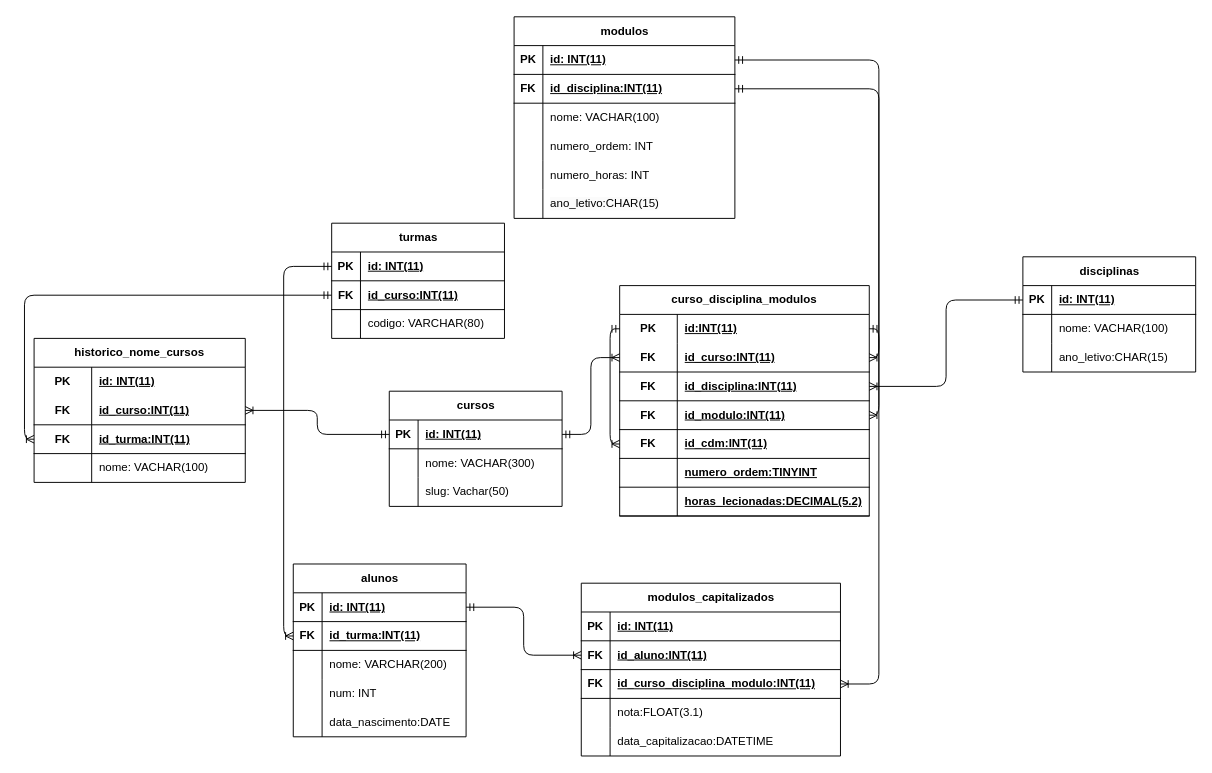
Earlier version of the draw.io diagram Gestor-de-Modulos/gdm_modelo_er.drawio (Henrique-Morais1/Mod15-trabalho_final). Source tidied: cells renumbered, new cells numbered last; positions are measured from the earlier drawing's top-left corner, leaving out a move shared by most shapes. Both pictures are drawn from the tidied source at 96%, with x=0, y=0 at pixel (34, 16).
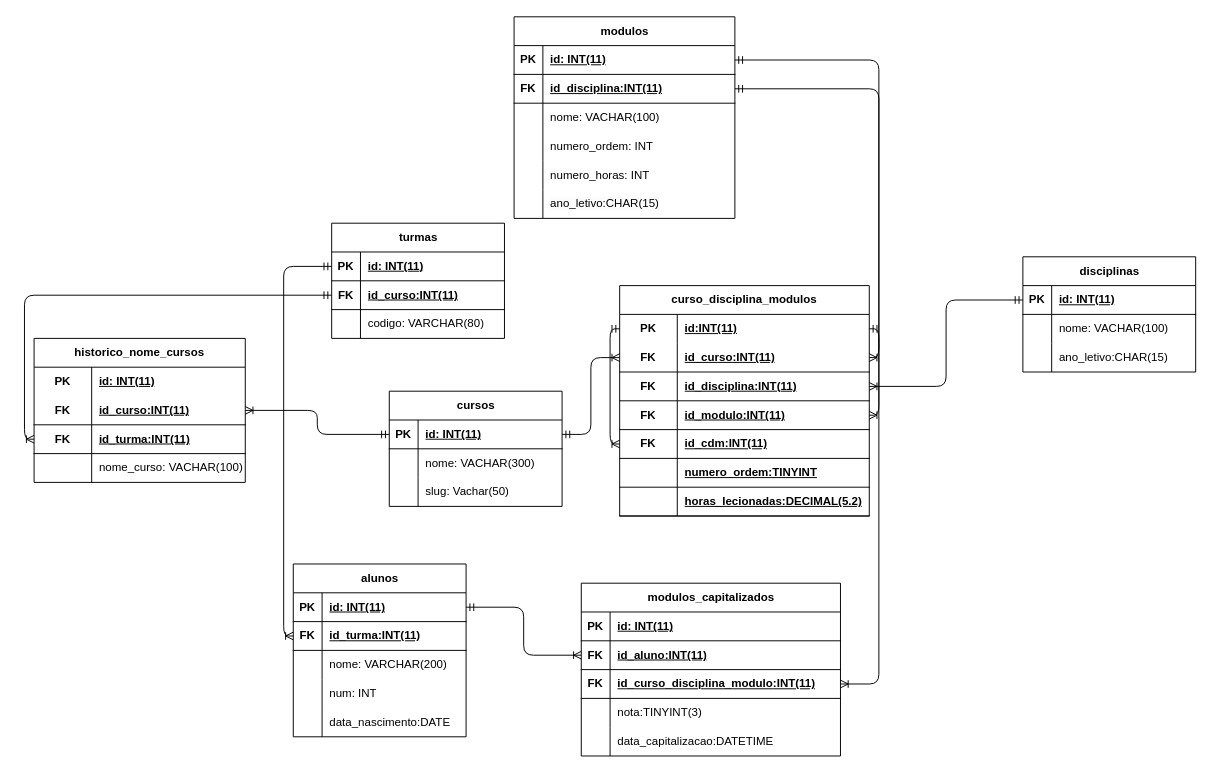
Above is the later version.

Commit message (it also covers changes not shown here):
Alterações no modelo ER.

The change refers to these unchanged cells:
```xml
<mxCell id="77" style="shape=tableRow;horizontal=0;startSize=0;swimlaneHead=0;swimlaneBody=0;fillColor=none;top=0;left=0;right=0;bottom=0;" parent="67" vertex="1">
  <mxGeometry y="120" width="270" height="30" as="geometry" />
</mxCell>
<mxCell id="123" style="shape=tableRow;horizontal=0;startSize=0;swimlaneHead=0;swimlaneBody=0;fillColor=none;top=0;left=0;right=0;bottom=0;html=1;" parent="113" vertex="1">
  <mxGeometry y="120" width="220" height="30" as="geometry" />
</mxCell>
```

The edit, as a diff of the source:
```diff
@@
-    <mxCell id="79" value="nota:FLOAT(3.1)" style="shape=partialRectangle;fillColor=none;top=0;left=0;bottom=0;right=0;align=left;spacingLeft=6;overflow=hidden;whiteSpace=wrap;html=1;" parent="77" vertex="1">
+    <mxCell id="79" value="nota:TINYINT(3)" style="shape=partialRectangle;fillColor=none;top=0;left=0;bottom=0;right=0;align=left;spacingLeft=6;overflow=hidden;whiteSpace=wrap;html=1;" parent="77" vertex="1">
       <mxGeometry x="30" width="240" height="30" as="geometry" />
     </mxCell>
@@
-    <mxCell id="125" value="&lt;span style=&quot;color: rgb(0, 0, 0);&quot;&gt;nome: VACHAR(100)&lt;/span&gt;" style="shape=partialRectangle;fillColor=none;top=0;left=0;bottom=0;right=0;align=left;spacingLeft=6;overflow=hidden;html=1;whiteSpace=wrap;" parent="123" vertex="1">
+    <mxCell id="125" value="&lt;span style=&quot;color: rgb(0, 0, 0);&quot;&gt;nome_curso: VACHAR(100)&lt;/span&gt;" style="shape=partialRectangle;fillColor=none;top=0;left=0;bottom=0;right=0;align=left;spacingLeft=6;overflow=hidden;html=1;whiteSpace=wrap;" parent="123" vertex="1">
       <mxGeometry x="60" width="160" height="30" as="geometry" />
     </mxCell>
```
